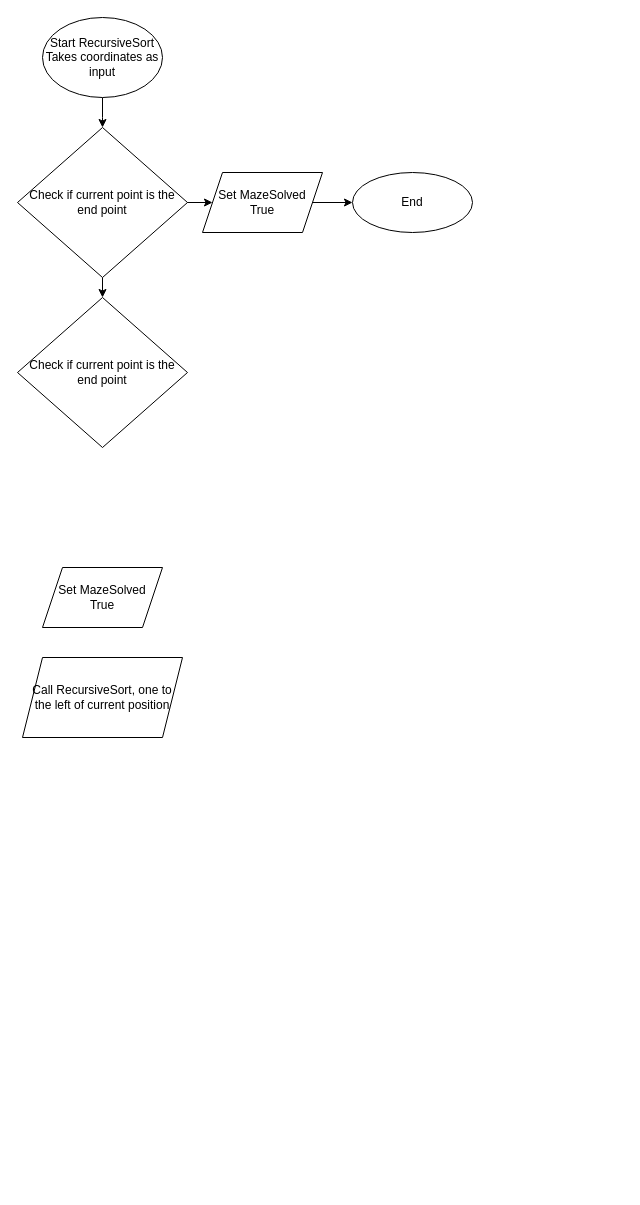
Earlier version of the draw.io diagram Pathfinder 2.drawio (stanbennard/MazeProject2021). Source tidied: cells renumbered, new cells numbered last; positions are measured from the earlier drawing's top-left corner, leaving out a move shared by most shapes. Both pictures are drawn from the tidied source at 100%, with x=0, y=0 at pixel (17, 17).
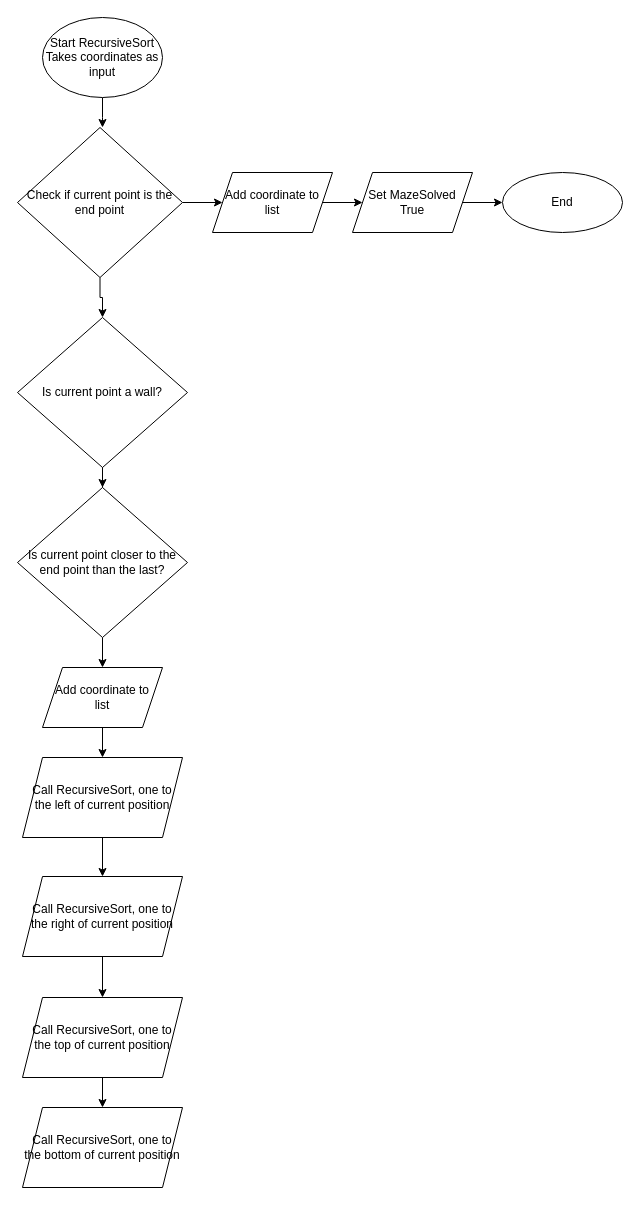
Above is the later version.

What changed in the source:
```diff
@@
-    <mxCell id="4" style="edgeStyle=orthogonalEdgeStyle;rounded=0;jettySize=auto;html=1;" parent="1" edge="1" source="6" target="8">
-      <mxGeometry relative="1" as="geometry" />
-    </mxCell>
-    <mxCell id="5" style="edgeStyle=orthogonalEdgeStyle;rounded=0;jettySize=auto;html=1;exitX=0.5;exitY=1;exitDx=0;exitDy=0;" parent="1" edge="1" source="6">
-      <mxGeometry relative="1" as="geometry">
-        <mxPoint x="85" y="280" as="targetPoint" />
-      </mxGeometry>
+    <mxCell id="5" style="edgeStyle=orthogonalEdgeStyle;rounded=0;jettySize=auto;html=1;exitX=0.5;exitY=1;exitDx=0;exitDy=0;entryX=0.5;entryY=0;entryDx=0;entryDy=0;" parent="1" edge="1" source="6" target="12">
+      <mxGeometry relative="1" as="geometry" />
     </mxCell>
+    <mxCell id="13" style="edgeStyle=orthogonalEdgeStyle;rounded=0;jettySize=auto;html=1;" parent="1" edge="1" source="6" target="25">
+      <mxGeometry relative="1" as="geometry" />
+    </mxCell>
     <mxCell id="6" value="&lt;span&gt;Check if current point is the end point&lt;/span&gt;" style="rhombus;whiteSpace=wrap;html=1;" parent="1" vertex="1">
-      <mxGeometry y="110" width="170" height="150" as="geometry" />
+      <mxGeometry y="110" width="165" height="150" as="geometry" />
     </mxCell>
@@
     <mxCell id="8" value="Set MazeSolved&lt;br&gt;True" style="shape=parallelogram;perimeter=parallelogramPerimeter;whiteSpace=wrap;html=1;fixedSize=1;" parent="1" vertex="1">
-      <mxGeometry x="185" y="155" width="120" height="60" as="geometry" />
+      <mxGeometry x="335" y="155" width="120" height="60" as="geometry" />
     </mxCell>
     <mxCell id="9" value="End" style="ellipse;whiteSpace=wrap;html=1;" parent="1" vertex="1">
-      <mxGeometry x="335" y="155" width="120" height="60" as="geometry" />
+      <mxGeometry x="485" y="155" width="120" height="60" as="geometry" />
     </mxCell>
+    <mxCell id="14" style="edgeStyle=orthogonalEdgeStyle;rounded=0;jettySize=auto;html=1;" parent="1" edge="1" source="10" target="20">
+      <mxGeometry relative="1" as="geometry" />
+    </mxCell>
     <mxCell id="10" value="Call RecursiveSort, one to the left of current position" style="shape=parallelogram;perimeter=parallelogramPerimeter;whiteSpace=wrap;html=1;fixedSize=1;" parent="1" vertex="1">
-      <mxGeometry x="5" y="640" width="160" height="80" as="geometry" />
+      <mxGeometry x="5" y="740" width="160" height="80" as="geometry" />
     </mxCell>
+    <mxCell id="15" style="edgeStyle=orthogonalEdgeStyle;rounded=0;jettySize=auto;html=1;" parent="1" edge="1" source="11" target="10">
+      <mxGeometry relative="1" as="geometry" />
+    </mxCell>
-    <mxCell id="11" value="Set MazeSolved&lt;br&gt;True" style="shape=parallelogram;perimeter=parallelogramPerimeter;whiteSpace=wrap;html=1;fixedSize=1;" parent="1" vertex="1">
-      <mxGeometry x="25" y="550" width="120" height="60" as="geometry" />
+    <mxCell id="11" value="Add coordinate to&lt;br&gt;list" style="shape=parallelogram;perimeter=parallelogramPerimeter;whiteSpace=wrap;html=1;fixedSize=1;" parent="1" vertex="1">
+      <mxGeometry x="25" y="650" width="120" height="60" as="geometry" />
     </mxCell>
+    <mxCell id="16" style="edgeStyle=orthogonalEdgeStyle;rounded=0;jettySize=auto;html=1;" parent="1" edge="1" source="12" target="18">
+      <mxGeometry relative="1" as="geometry" />
+    </mxCell>
-    <mxCell id="12" value="&lt;span&gt;Check if current point is the end point&lt;/span&gt;" style="rhombus;whiteSpace=wrap;html=1;" parent="1" vertex="1">
-      <mxGeometry y="280" width="170" height="150" as="geometry" />
+    <mxCell id="12" value="&lt;span&gt;Is current point a wall?&lt;/span&gt;" style="rhombus;whiteSpace=wrap;html=1;" parent="1" vertex="1">
+      <mxGeometry y="300" width="170" height="150" as="geometry" />
     </mxCell>
+    <mxCell id="17" style="edgeStyle=orthogonalEdgeStyle;rounded=0;jettySize=auto;html=1;" parent="1" edge="1" source="18" target="11">
+      <mxGeometry relative="1" as="geometry" />
+    </mxCell>
+    <mxCell id="18" value="&lt;span&gt;Is current point closer to the end point than the last?&lt;/span&gt;" style="rhombus;whiteSpace=wrap;html=1;" parent="1" vertex="1">
+      <mxGeometry y="470" width="170" height="150" as="geometry" />
+    </mxCell>
+    <mxCell id="19" style="edgeStyle=orthogonalEdgeStyle;rounded=0;jettySize=auto;html=1;" parent="1" edge="1" source="20" target="22">
+      <mxGeometry relative="1" as="geometry" />
+    </mxCell>
+    <mxCell id="20" value="Call RecursiveSort, one to the right of current position" style="shape=parallelogram;perimeter=parallelogramPerimeter;whiteSpace=wrap;html=1;fixedSize=1;" parent="1" vertex="1">
+      <mxGeometry x="5" y="859" width="160" height="80" as="geometry" />
+    </mxCell>
+    <mxCell id="21" style="edgeStyle=orthogonalEdgeStyle;rounded=0;jettySize=auto;html=1;" parent="1" edge="1" source="22" target="23">
+      <mxGeometry relative="1" as="geometry" />
+    </mxCell>
+    <mxCell id="22" value="Call RecursiveSort, one to the top of current position" style="shape=parallelogram;perimeter=parallelogramPerimeter;whiteSpace=wrap;html=1;fixedSize=1;" parent="1" vertex="1">
+      <mxGeometry x="5" y="980" width="160" height="80" as="geometry" />
+    </mxCell>
+    <mxCell id="23" value="Call RecursiveSort, one to the bottom of current position" style="shape=parallelogram;perimeter=parallelogramPerimeter;whiteSpace=wrap;html=1;fixedSize=1;" parent="1" vertex="1">
+      <mxGeometry x="5" y="1090" width="160" height="80" as="geometry" />
+    </mxCell>
+    <mxCell id="24" style="edgeStyle=orthogonalEdgeStyle;rounded=0;jettySize=auto;html=1;exitX=1;exitY=0.5;exitDx=0;exitDy=0;entryX=0;entryY=0.5;entryDx=0;entryDy=0;" parent="1" edge="1" source="25" target="8">
+      <mxGeometry relative="1" as="geometry" />
+    </mxCell>
+    <mxCell id="25" value="Add coordinate to&lt;br&gt;list" style="shape=parallelogram;perimeter=parallelogramPerimeter;whiteSpace=wrap;html=1;fixedSize=1;" parent="1" vertex="1">
+      <mxGeometry x="195" y="155" width="120" height="60" as="geometry" />
+    </mxCell>
```
